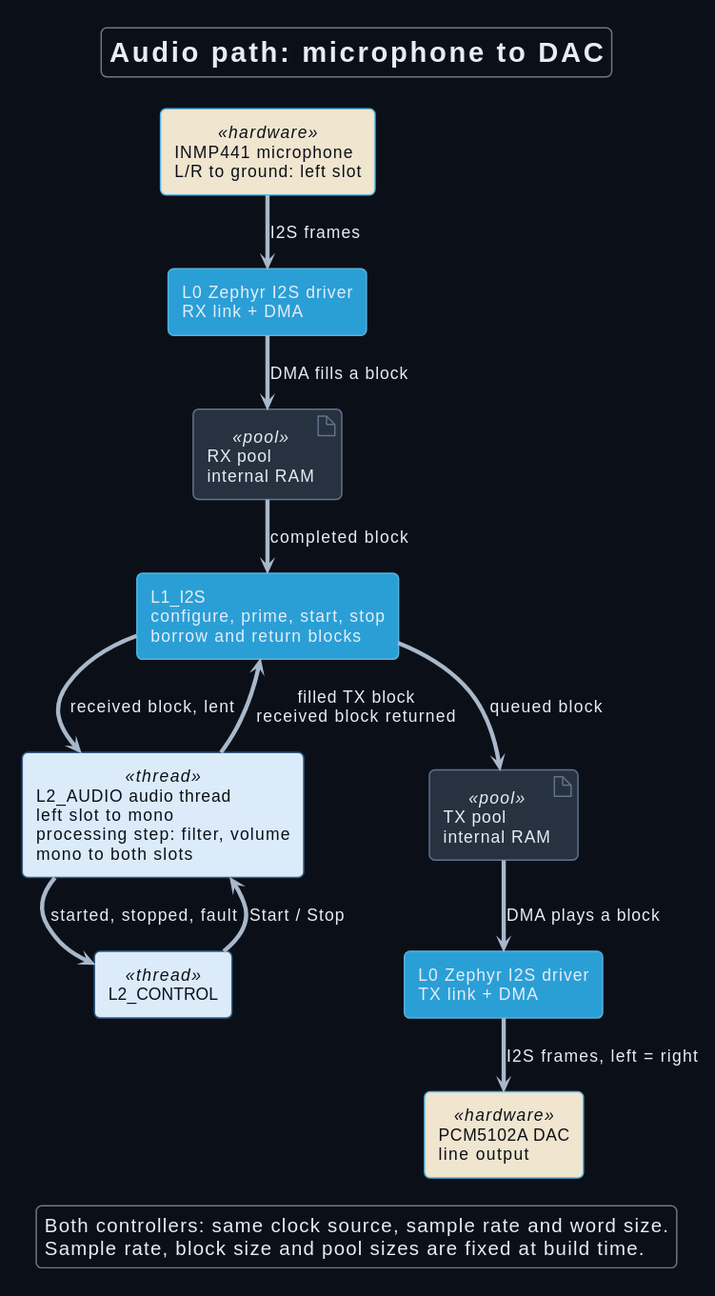
Before: Development/system/architecture/AUDIO/rendered/audio_path.svg, a diagram exported from PlantUML (DemonicPsychoII/DigitalStethoscope).
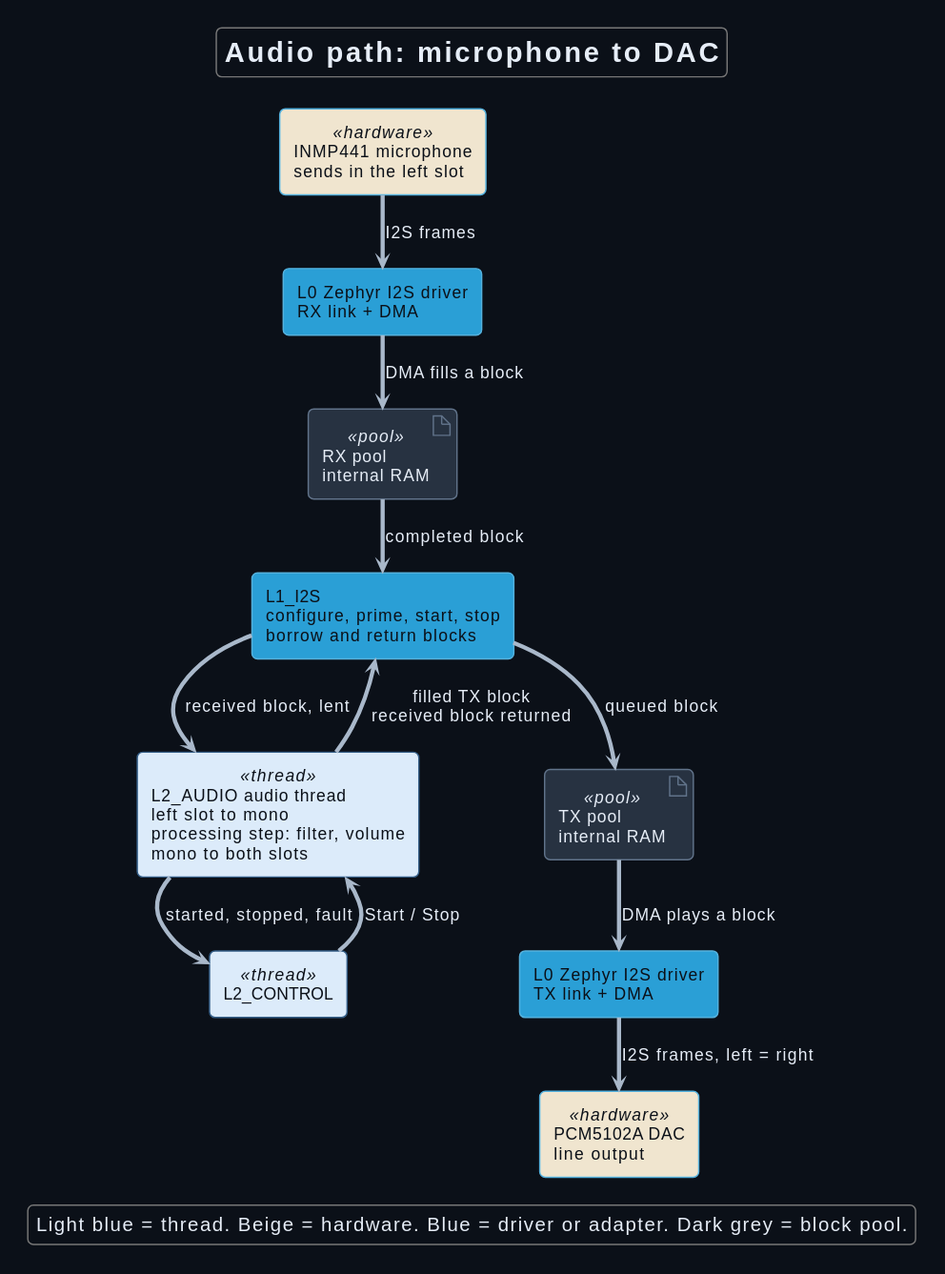
Above is the later version.

What changed in the source:
```diff
@@ -8,6 +8,7 @@
 skinparam defaultFontColor #e6edf7
 skinparam ArrowColor #a9b8ca
 skinparam component {
+ FontColor #0b1018
  BackgroundColor<<thread>> #DCEBFA
  BorderColor<<thread>> #345E87
  FontColor<<thread>> #0b1018
@@ -21,7 +22,7 @@
 }
 title Audio path: microphone to DAC
 top to bottom direction
-component "INMP441 microphone\nL/R to ground: left slot" as microphone <<hardware>>
+component "INMP441 microphone\nsends in the left slot" as microphone <<hardware>>
 component "L0 Zephyr I2S driver\nRX link + DMA" as receiveDriver
 artifact "RX pool\ninternal RAM" as receivePool <<pool>>
 component "L1_I2S\nconfigure, prime, start, stop\nborrow and return blocks" as transport
@@ -41,7 +42,6 @@
 control --> audio : Start / Stop
 audio --> control : started, stopped, fault
 legend bottom
-  Both controllers: same clock source, sample rate and word size.
-  Sample rate, block size and pool sizes are fixed at build time.
+  Light blue = thread. Beige = hardware. Blue = driver or adapter. Dark grey = block pool.
 endlegend
 @enduml
```
